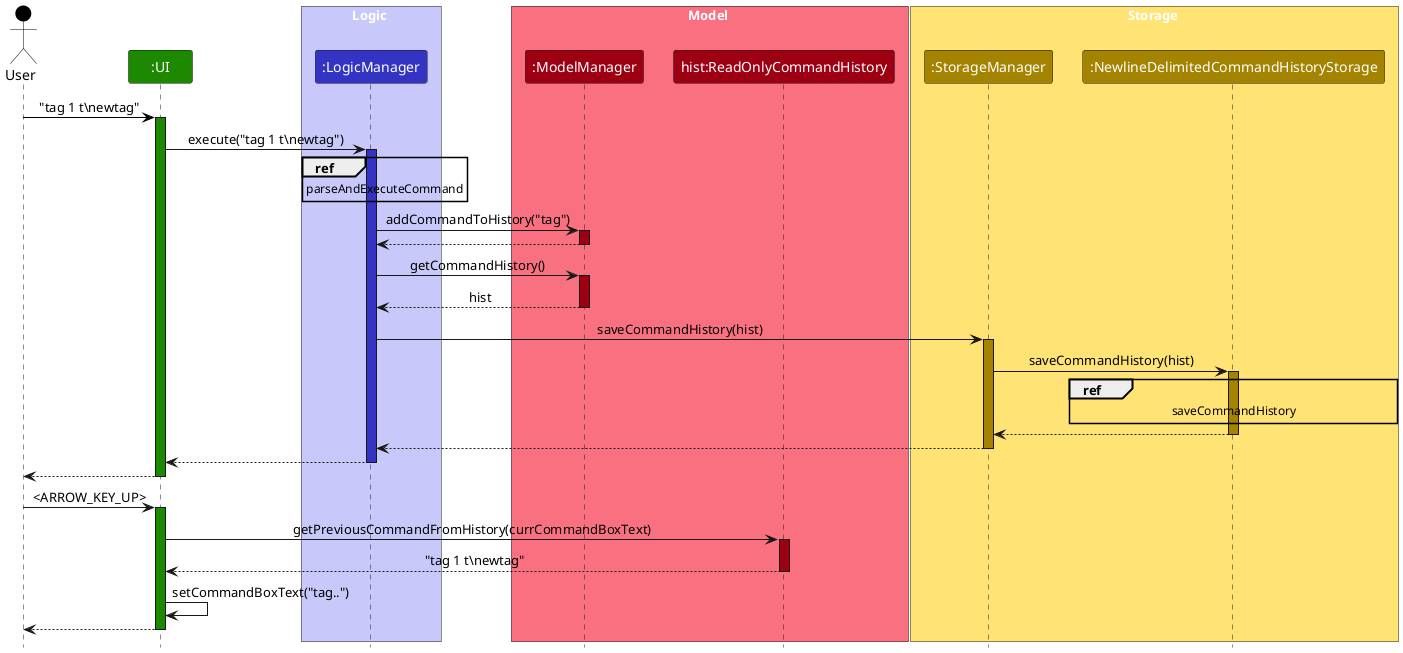
Earlier version of the PlantUML export docs/images/CommandHistorySequenceDiagram.png (AY2526S1-CS2103-F12-2/tp). Source of this version:
```plantuml
@startuml
!include style.puml
skinparam ArrowFontStyle plain

Actor User as user USER_COLOR
Participant ":UI" as ui UI_COLOR


box Logic LOGIC_COLOR_T1
Participant ":LogicManager" as logic LOGIC_COLOR
end box

box Model MODEL_COLOR_T1
Participant ":ModelManager" as model MODEL_COLOR
Participant "hist:ReadOnlyCommandHistory" as roch MODEL_COLOR
end box

box Storage STORAGE_COLOR_T1
Participant ":StorageManager" as storage STORAGE_COLOR
Participant ":NewlineDelimitedCommandHistoryStorage" as ndchs STORAGE_COLOR
end box

user -[USER_COLOR]> ui : "tag 1 t\\newtag"
activate ui UI_COLOR

ui -> logic: execute("tag 1 t\\newtag")
activate logic LOGIC_COLOR

ref over logic: parseAndExecuteCommand
logic -> model: addCommandToHistory("tag")
activate model MODEL_COLOR


model --> logic
deactivate model

logic -> model: getCommandHistory()
activate model MODEL_COLOR

model --> logic: hist
deactivate model

logic -> storage: saveCommandHistory(hist)
activate storage STORAGE_COLOR

storage -> ndchs: saveCommandHistory(hist)
activate ndchs STORAGE_COLOR
ref over ndchs: saveCommandHistory
ndchs --> storage
deactivate ndchs

storage --> logic
deactivate storage

logic --> ui
deactivate logic

ui --> user
deactivate ui

user -> ui: <ARROW_KEY_UP>
activate ui UI_COLOR

ui -> roch: getPreviousCommandFromHistory(currCommandBoxText)
activate roch MODEL_COLOR

roch --> ui: "tag 1 t\\newtag"
deactivate roch


ui -> ui : setCommandBoxText("tag..")

ui --> user
deactivate ui

@enduml
```
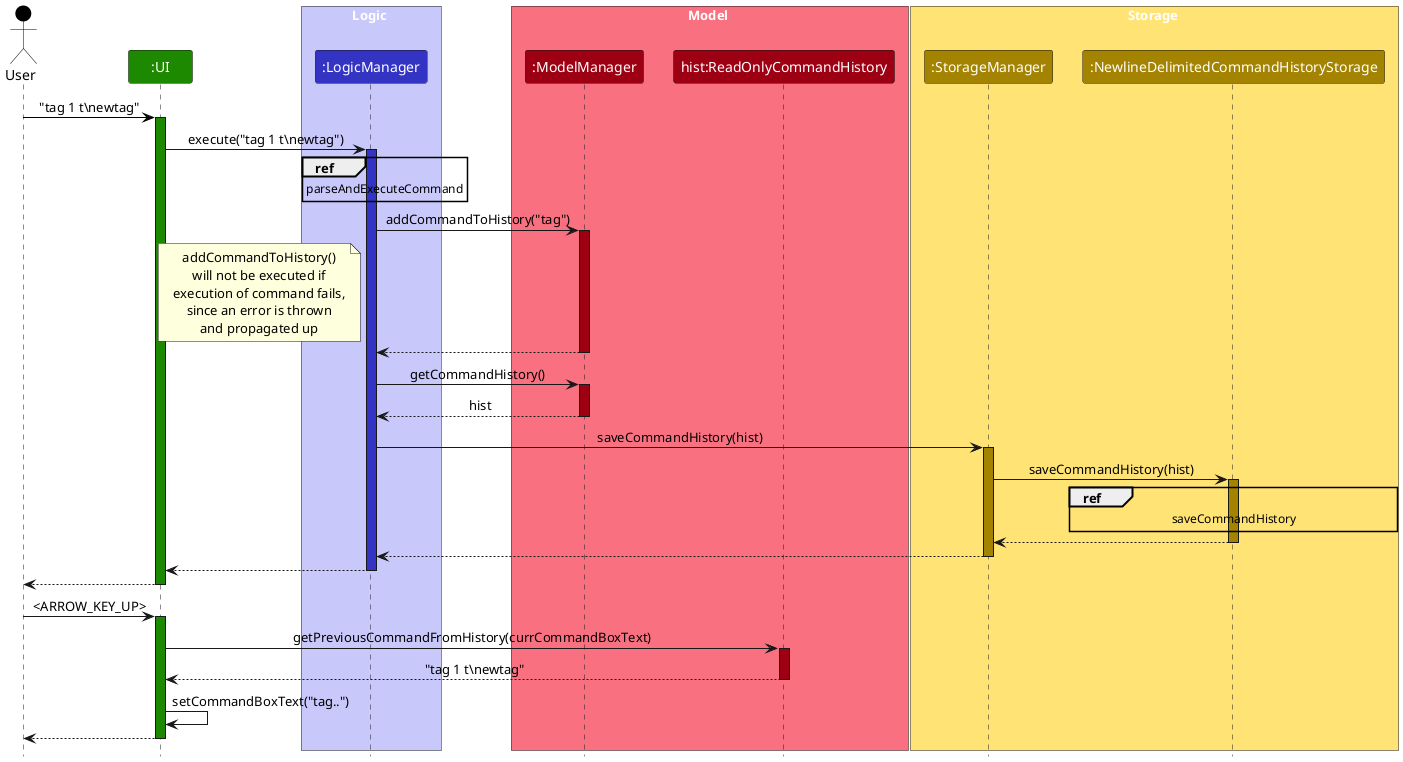
After the change.

Commit message:
Add note in CommandHistorySequenceDiagram

Diff of the diagram source:
```diff
@@ -29,6 +29,13 @@
 ref over logic: parseAndExecuteCommand
 logic -> model: addCommandToHistory("tag")
 activate model MODEL_COLOR
+note left of logic
+    addCommandToHistory()
+    will not be executed if
+    execution of command fails,
+    since an error is thrown
+    and propagated up
+end note
 
 
 model --> logic
```
